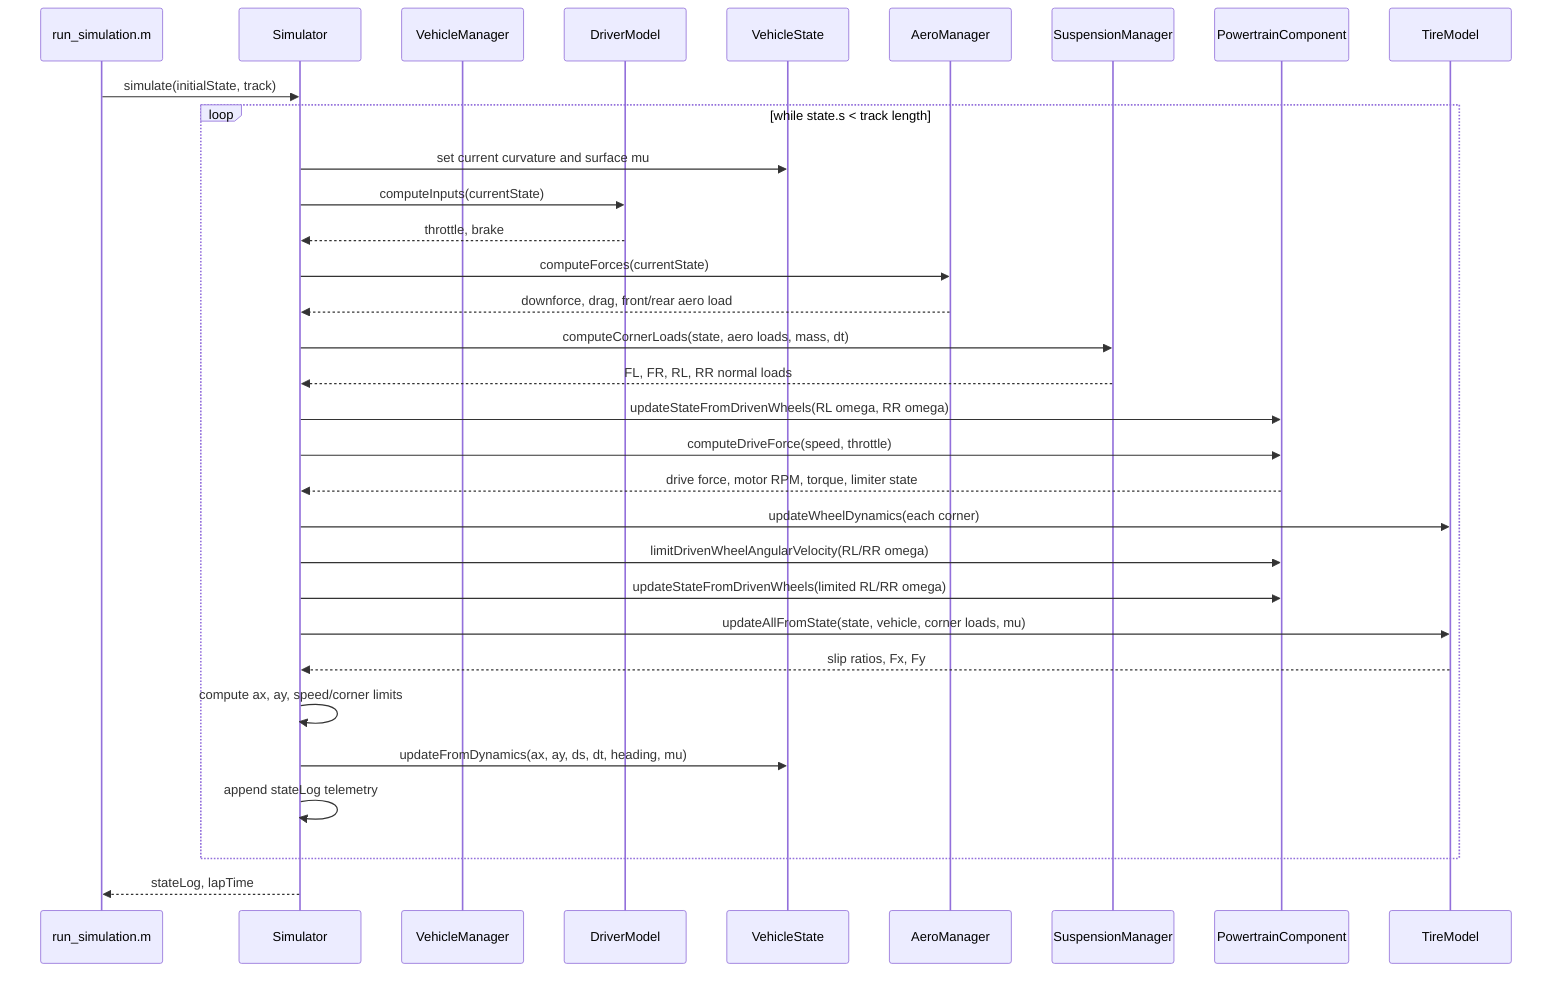
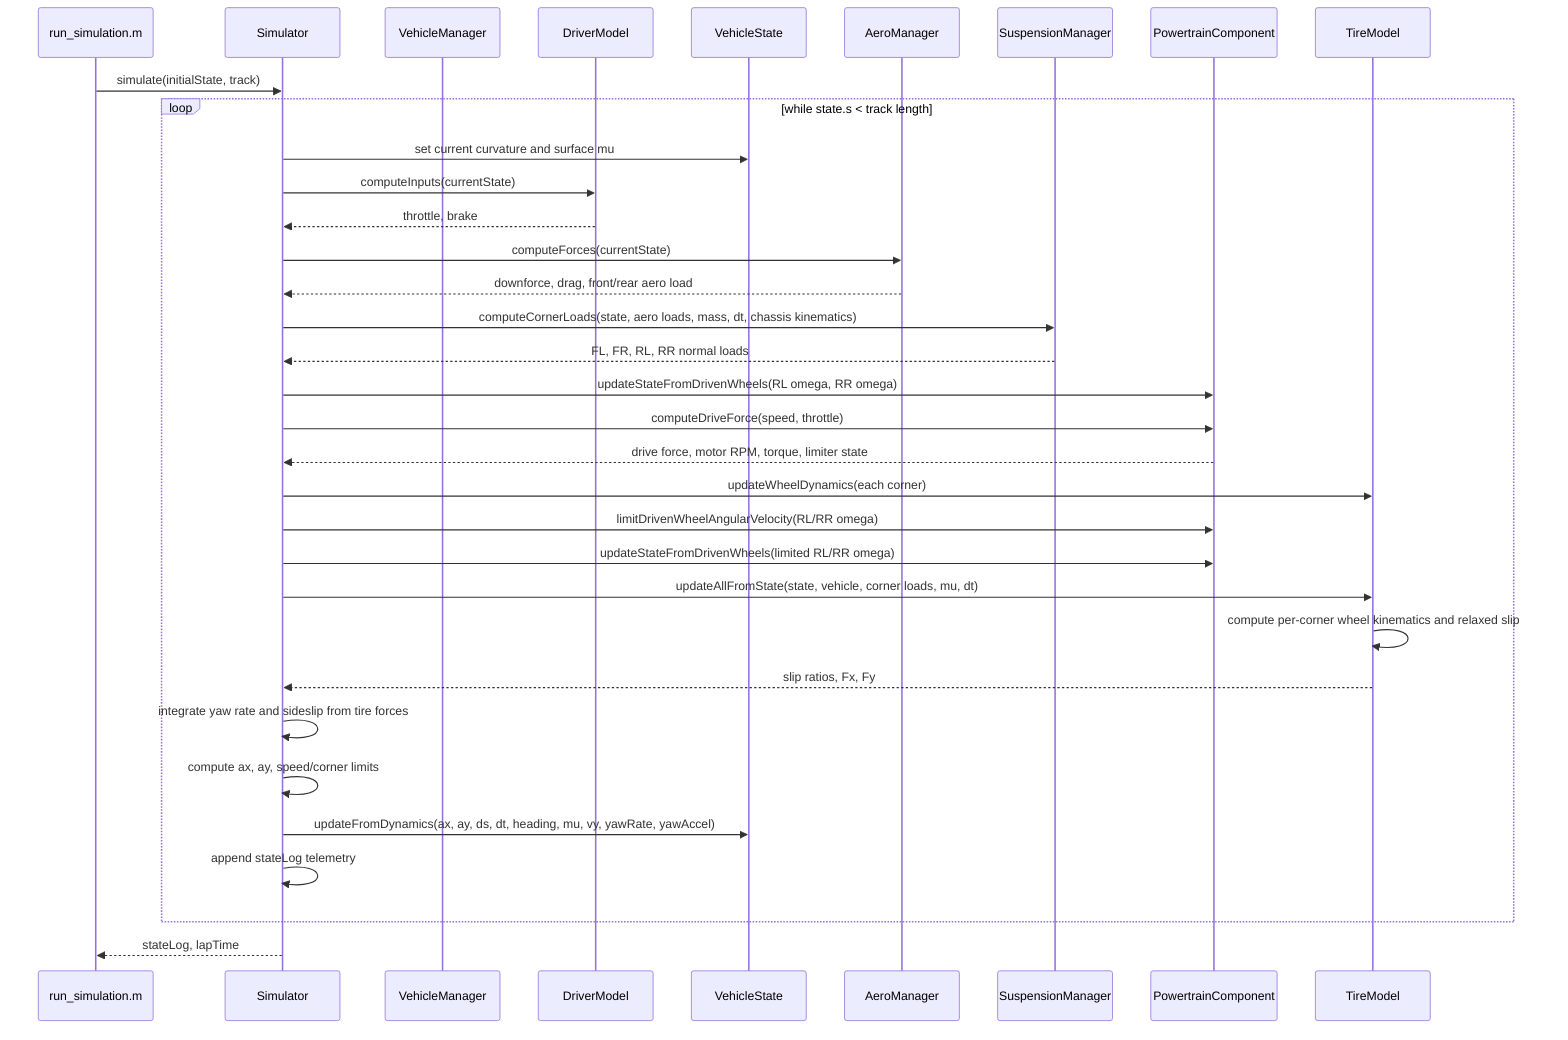
sequenceDiagram
    participant App as run_simulation.m
    participant Sim as Simulator
    participant VM as VehicleManager
    participant DM as DriverModel
    participant State as VehicleState
    participant Aero as AeroManager
    participant Susp as SuspensionManager
    participant PT as PowertrainComponent
    participant Tire as TireModel

    App->>Sim: simulate(initialState, track)

    loop while state.s < track length
        Sim->>State: set current curvature and surface mu
        Sim->>DM: computeInputs(currentState)
        DM-->>Sim: throttle, brake

        Sim->>Aero: computeForces(currentState)
        Aero-->>Sim: downforce, drag, front/rear aero load

-         Sim->>Susp: computeCornerLoads(state, aero loads, mass, dt)
+         Sim->>Susp: computeCornerLoads(state, aero loads, mass, dt, chassis kinematics)
        Susp-->>Sim: FL, FR, RL, RR normal loads

        Sim->>PT: updateStateFromDrivenWheels(RL omega, RR omega)
        Sim->>PT: computeDriveForce(speed, throttle)
        PT-->>Sim: drive force, motor RPM, torque, limiter state

        Sim->>Tire: updateWheelDynamics(each corner)
        Sim->>PT: limitDrivenWheelAngularVelocity(RL/RR omega)
        Sim->>PT: updateStateFromDrivenWheels(limited RL/RR omega)
-         Sim->>Tire: updateAllFromState(state, vehicle, corner loads, mu)
+         Sim->>Tire: updateAllFromState(state, vehicle, corner loads, mu, dt)
+         Tire->>Tire: compute per-corner wheel kinematics and relaxed slip
        Tire-->>Sim: slip ratios, Fx, Fy

+         Sim->>Sim: integrate yaw rate and sideslip from tire forces
        Sim->>Sim: compute ax, ay, speed/corner limits
-         Sim->>State: updateFromDynamics(ax, ay, ds, dt, heading, mu)
+         Sim->>State: updateFromDynamics(ax, ay, ds, dt, heading, mu, vy, yawRate, yawAccel)
        Sim->>Sim: append stateLog telemetry
    end

    Sim-->>App: stateLog, lapTime
